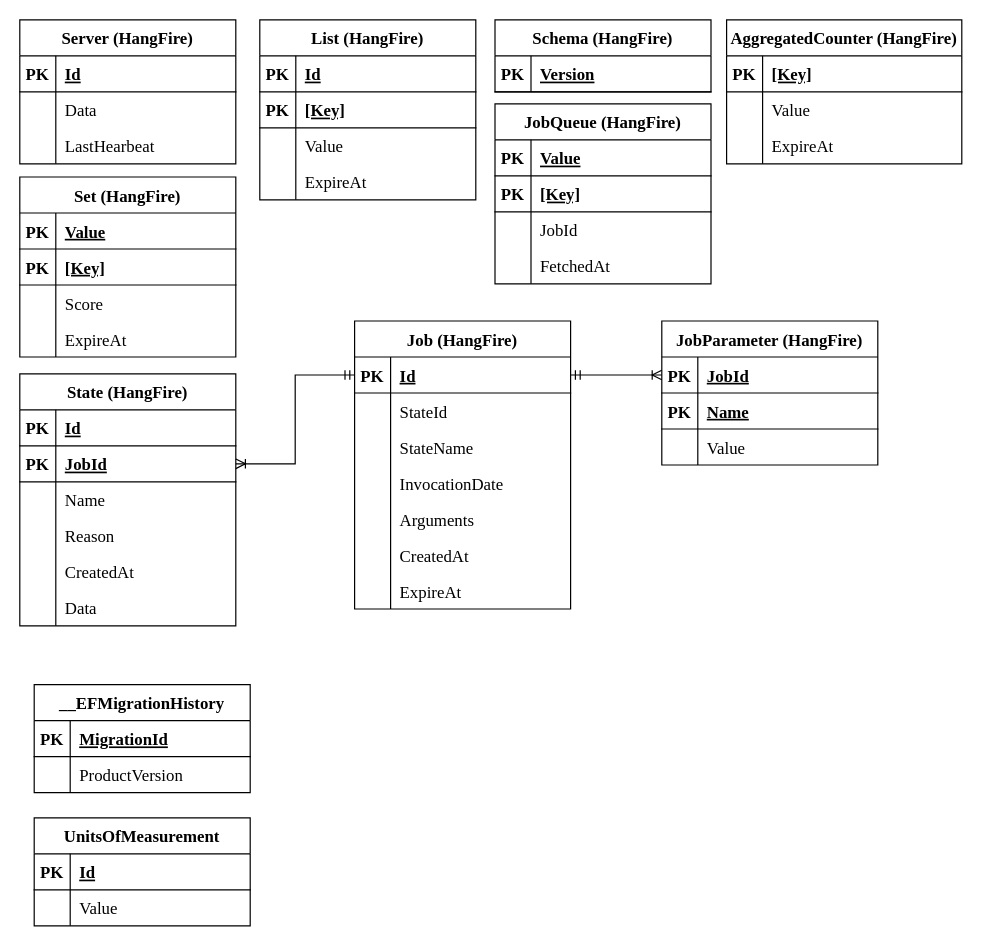
v-demyanov/WMS keeps this draw.io diagram as Documentation/Diagrams/database-hangfire-ef-tables-diagram.drawio. Above is the earlier version. Source tidied: cells renumbered, new cells numbered last; positions are measured from the earlier drawing's top-left corner, leaving out a move shared by most shapes. Both pictures are drawn from the tidied source at 120%, with x=0, y=0 at pixel (19, 19).
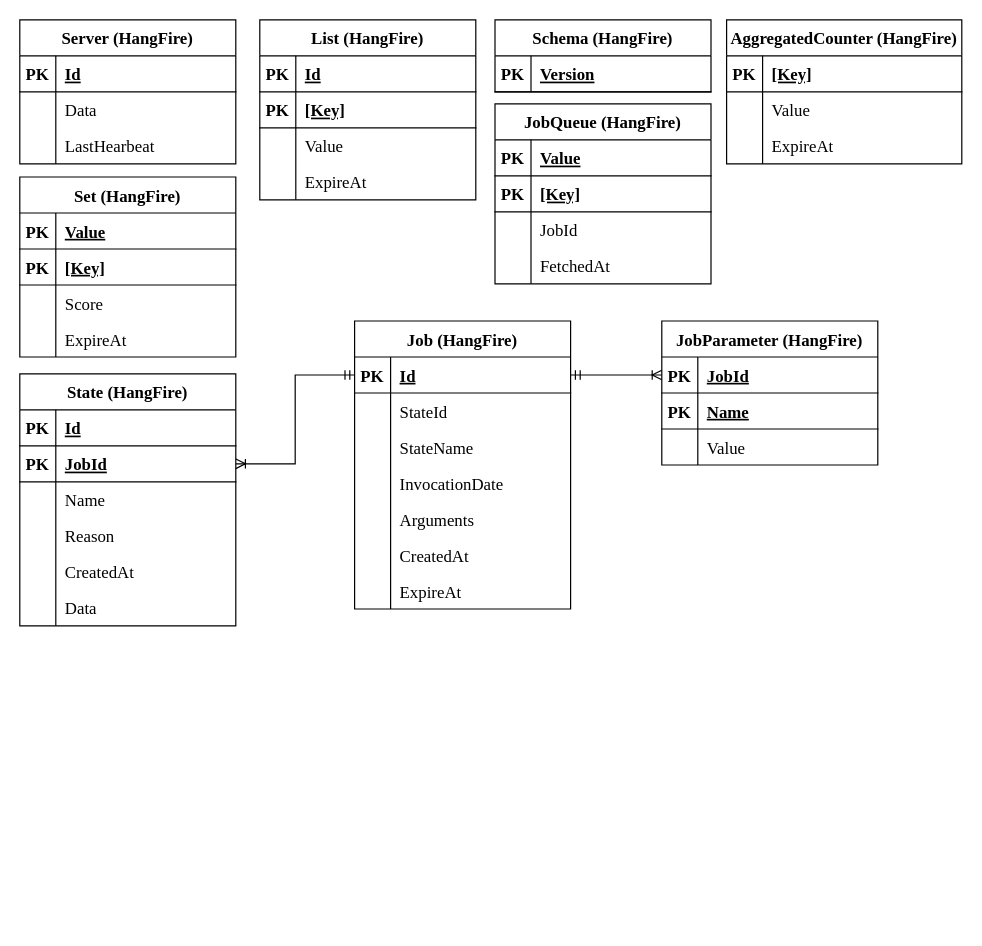
The same diagram, later.

Change to the diagram source:
```diff
@@
-    <mxCell id="2" value="UnitsOfMeasurement" style="shape=table;startSize=30;childLayout=tableLayout;rowLines=0;fontStyle=1;align=center;fontSize=14;fontFamily=Times New Roman;" parent="1" vertex="1">
-      <mxGeometry x="12" y="665" width="180" height="90" as="geometry" />
-    </mxCell>
-    <mxCell id="3" style="shape=tableRow;horizontal=0;startSize=0;swimlaneHead=0;swimlaneBody=0;fillColor=none;top=0;left=0;right=0;bottom=1;" parent="2" vertex="1">
-      <mxGeometry y="30" width="180" height="30" as="geometry" />
-    </mxCell>
-    <mxCell id="4" value="PK" style="shape=partialRectangle;fillColor=none;top=0;left=0;bottom=0;right=0;fontStyle=1;overflow=hidden;fontFamily=Times New Roman;fontSize=14;" parent="3" vertex="1">
-      <mxGeometry width="30" height="30" as="geometry" />
-    </mxCell>
-    <mxCell id="5" value="Id" style="shape=partialRectangle;fillColor=none;top=0;left=0;bottom=0;right=0;align=left;spacingLeft=6;fontStyle=5;overflow=hidden;fontFamily=Times New Roman;fontSize=14;" parent="3" vertex="1">
-      <mxGeometry x="30" width="150" height="30" as="geometry" />
-    </mxCell>
-    <mxCell id="6" style="shape=tableRow;horizontal=0;startSize=0;swimlaneHead=0;swimlaneBody=0;fillColor=none;top=0;left=0;right=0;bottom=0;" parent="2" vertex="1">
-      <mxGeometry y="60" width="180" height="30" as="geometry" />
-    </mxCell>
-    <mxCell id="7" style="shape=partialRectangle;fillColor=none;top=0;left=0;bottom=0;right=0;overflow=hidden;" parent="6" vertex="1">
-      <mxGeometry width="30" height="30" as="geometry" />
-    </mxCell>
-    <mxCell id="8" value="Value" style="shape=partialRectangle;fillColor=none;top=0;left=0;bottom=0;right=0;align=left;spacingLeft=6;overflow=hidden;fontFamily=Times New Roman;fontSize=14;" parent="6" vertex="1">
-      <mxGeometry x="30" width="150" height="30" as="geometry" />
-    </mxCell>
-    <mxCell id="9" value="__EFMigrationHistory" style="shape=table;startSize=30;childLayout=tableLayout;rowLines=0;fontStyle=1;align=center;fontFamily=Times New Roman;fontSize=14;" parent="1" vertex="1">
-      <mxGeometry x="12" y="554" width="180" height="90" as="geometry" />
-    </mxCell>
-    <mxCell id="10" style="shape=tableRow;horizontal=0;startSize=0;swimlaneHead=0;swimlaneBody=0;fillColor=none;top=0;left=0;right=0;bottom=1;" parent="9" vertex="1">
-      <mxGeometry y="30" width="180" height="30" as="geometry" />
-    </mxCell>
-    <mxCell id="11" value="PK" style="shape=partialRectangle;fillColor=none;top=0;left=0;bottom=0;right=0;fontStyle=1;overflow=hidden;fontSize=14;fontFamily=Times New Roman;" parent="10" vertex="1">
-      <mxGeometry width="30" height="30" as="geometry" />
-    </mxCell>
-    <mxCell id="12" value="MigrationId" style="shape=partialRectangle;fillColor=none;top=0;left=0;bottom=0;right=0;align=left;spacingLeft=6;fontStyle=5;overflow=hidden;fontSize=14;fontFamily=Times New Roman;" parent="10" vertex="1">
-      <mxGeometry x="30" width="150" height="30" as="geometry" />
-    </mxCell>
-    <mxCell id="13" style="shape=tableRow;horizontal=0;startSize=0;swimlaneHead=0;swimlaneBody=0;fillColor=none;top=0;left=0;right=0;bottom=0;" parent="9" vertex="1">
-      <mxGeometry y="60" width="180" height="30" as="geometry" />
-    </mxCell>
-    <mxCell id="14" style="shape=partialRectangle;fillColor=none;top=0;left=0;bottom=0;right=0;overflow=hidden;" parent="13" vertex="1">
-      <mxGeometry width="30" height="30" as="geometry" />
-    </mxCell>
-    <mxCell id="15" value="ProductVersion" style="shape=partialRectangle;fillColor=none;top=0;left=0;bottom=0;right=0;align=left;spacingLeft=6;overflow=hidden;fontSize=14;fontFamily=Times New Roman;" parent="13" vertex="1">
-      <mxGeometry x="30" width="150" height="30" as="geometry" />
-    </mxCell>
```
